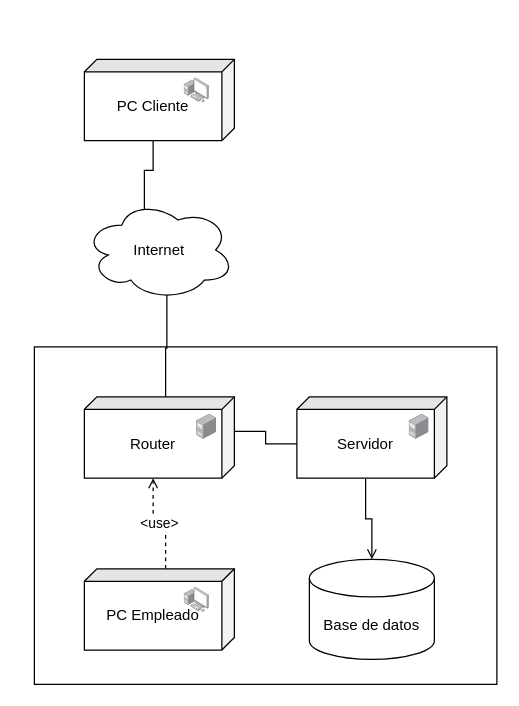
Before: page "Despliegue" (2 of 2) of MapaNavegacion.drawio in MartinSob/tfi-my-news, a draw.io diagram. Source tidied: cells renumbered, new cells numbered last; positions are measured from the earlier drawing's top-left corner, leaving out a move shared by most shapes. Both pictures are drawn from the tidied source at 125%, with x=0, y=0 at pixel (34, 59). Pictures stored in the file or linked from it are replaced by grey dashed boxes.
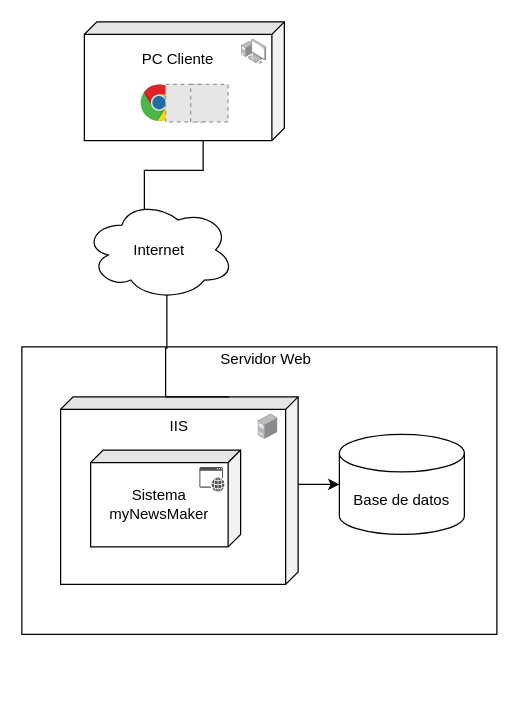
Above is the later version.

Change to the diagram source:
```diff
@@
-    <mxCell id="2" style="shape=table;startSize=0;childLayout=tableLayout;" parent="1" vertex="1">
-      <mxGeometry y="230" width="370" height="270" as="geometry" />
+    <mxCell id="2" style="shape=table;startSize=0;childLayout=tableLayout;spacingTop=-12;" parent="1" vertex="1">
+      <mxGeometry x="-10" y="230" width="380" height="230" as="geometry" />
     </mxCell>
     <mxCell id="3" style="shape=partialRectangle;fillColor=none;top=0;left=0;bottom=0;right=0;" parent="2" vertex="1">
-      <mxGeometry width="370" height="270" as="geometry" />
+      <mxGeometry width="380" height="230" as="geometry" />
     </mxCell>
     <mxCell id="4" style="shape=partialRectangle;html=1;whiteSpace=wrap;overflow=hidden;fillColor=none;top=0;left=0;bottom=0;right=0;" parent="3" vertex="1">
-      <mxGeometry width="370" height="270" as="geometry" />
+      <mxGeometry width="380" height="230" as="geometry" />
     </mxCell>
+    <mxCell id="20" style="edgeStyle=orthogonalEdgeStyle;rounded=0;jettySize=auto;html=1;exitX=0;exitY=0;exitDx=70;exitDy=0;exitPerimeter=0;entryX=0;entryY=0.5;entryDx=0;entryDy=0;entryPerimeter=0;" parent="1" edge="1" source="18" target="16">
+      <mxGeometry relative="1" as="geometry" />
+    </mxCell>
+    <mxCell id="18" style="shape=cube;whiteSpace=wrap;html=1;boundedLbl=1;backgroundOutline=1;darkOpacity=0.05;darkOpacity2=0.1;size=10;direction=south;" parent="1" vertex="1">
+      <mxGeometry x="21" y="270" width="190" height="150" as="geometry" />
+    </mxCell>
@@
-    <mxCell id="6" value="PC Cliente" style="shape=cube;whiteSpace=wrap;html=1;boundedLbl=1;backgroundOutline=1;darkOpacity=0.05;darkOpacity2=0.1;size=10;direction=south;" parent="1" vertex="1">
-      <mxGeometry x="40" width="120" height="65" as="geometry" />
+    <mxCell id="6" value="PC Cliente" style="shape=cube;whiteSpace=wrap;html=1;boundedLbl=1;backgroundOutline=1;darkOpacity=0.05;darkOpacity2=0.1;size=10;direction=south;spacingTop=-45;" parent="1" vertex="1">
+      <mxGeometry x="40" y="-30" width="160" height="95" as="geometry" />
     </mxCell>
     <mxCell id="7" style="html=1;align=center;shadow=0;dashed=0;image;image=img/lib/allied_telesis/computer_and_terminals/Personal_Computer_with_Server.svg;" parent="1" vertex="1">
-      <mxGeometry x="120" y="15" width="20" height="20" as="geometry" />
+      <mxGeometry x="166" y="-16" width="20" height="20" as="geometry" />
     </mxCell>
@@
-    <mxCell id="10" value="&amp;lt;use&amp;gt;" style="edgeStyle=orthogonalEdgeStyle;rounded=0;jettySize=auto;html=1;exitX=0;exitY=0;exitDx=0;exitDy=55;exitPerimeter=0;entryX=0;entryY=0;entryDx=65;entryDy=65;entryPerimeter=0;endArrow=open;endFill=0;dashed=1;" parent="1" edge="1" source="11" target="18">
-      <mxGeometry relative="1" as="geometry" />
-    </mxCell>
-    <mxCell id="11" value="PC Empleado" style="shape=cube;whiteSpace=wrap;html=1;boundedLbl=1;backgroundOutline=1;darkOpacity=0.05;darkOpacity2=0.1;size=10;direction=south;" parent="1" vertex="1">
-      <mxGeometry x="40" y="407.5" width="120" height="65" as="geometry" />
-    </mxCell>
-    <mxCell id="12" style="html=1;align=center;shadow=0;dashed=0;image;image=img/lib/allied_telesis/computer_and_terminals/Personal_Computer_with_Server.svg;" parent="1" vertex="1">
-      <mxGeometry x="120" y="422.5" width="20" height="20" as="geometry" />
-    </mxCell>
-    <mxCell id="13" style="edgeStyle=orthogonalEdgeStyle;rounded=0;jettySize=auto;html=1;exitX=0;exitY=0;exitDx=65;exitDy=65;exitPerimeter=0;entryX=0.5;entryY=0;entryDx=0;entryDy=0;entryPerimeter=0;endArrow=open;endFill=0;" parent="1" edge="1" source="14" target="16">
-      <mxGeometry relative="1" as="geometry" />
-    </mxCell>
-    <mxCell id="14" value="Servidor" style="shape=cube;whiteSpace=wrap;html=1;boundedLbl=1;backgroundOutline=1;darkOpacity=0.05;darkOpacity2=0.1;size=10;direction=south;" parent="1" vertex="1">
-      <mxGeometry x="210" y="270" width="120" height="65" as="geometry" />
+    <mxCell id="14" value="Sistema&lt;br&gt;myNewsMaker" style="shape=cube;whiteSpace=wrap;html=1;boundedLbl=1;backgroundOutline=1;darkOpacity=0.05;darkOpacity2=0.1;size=10;direction=south;" parent="1" vertex="1">
+      <mxGeometry x="45" y="312.5" width="120" height="77.5" as="geometry" />
     </mxCell>
-    <mxCell id="15" style="html=1;align=center;shadow=0;dashed=0;image;image=img/lib/allied_telesis/computer_and_terminals/Server_Desktop.svg;" parent="1" vertex="1">
-      <mxGeometry x="300" y="284" width="15.8" height="20" as="geometry" />
-    </mxCell>
     <mxCell id="16" value="Base de datos" style="shape=cylinder3;whiteSpace=wrap;html=1;boundedLbl=1;backgroundOutline=1;size=15;" parent="1" vertex="1">
-      <mxGeometry x="220" y="400" width="100" height="80" as="geometry" />
+      <mxGeometry x="244" y="300" width="100" height="80" as="geometry" />
     </mxCell>
-    <mxCell id="17" style="edgeStyle=orthogonalEdgeStyle;rounded=0;jettySize=auto;html=1;exitX=0;exitY=0;exitDx=27.5;exitDy=0;exitPerimeter=0;entryX=0;entryY=0;entryDx=37.5;entryDy=120;entryPerimeter=0;endArrow=none;endFill=0;" parent="1" edge="1" source="18" target="14">
-      <mxGeometry relative="1" as="geometry" />
-    </mxCell>
-    <mxCell id="18" value="Router" style="shape=cube;whiteSpace=wrap;html=1;boundedLbl=1;backgroundOutline=1;darkOpacity=0.05;darkOpacity2=0.1;size=10;direction=south;" parent="1" vertex="1">
-      <mxGeometry x="40" y="270" width="120" height="65" as="geometry" />
-    </mxCell>
     <mxCell id="19" style="html=1;align=center;shadow=0;dashed=0;image;image=img/lib/allied_telesis/computer_and_terminals/Server_Desktop.svg;" parent="1" vertex="1">
-      <mxGeometry x="130" y="284" width="15.8" height="20" as="geometry" />
+      <mxGeometry x="179.1" y="284" width="15.8" height="20" as="geometry" />
     </mxCell>
+    <mxCell id="21" style="dashed=0;html=1;align=center;labelPosition=center;verticalLabelPosition=bottom;verticalAlign=top;shape=mxgraph.weblogos.chrome;" parent="1" vertex="1">
+      <mxGeometry x="85" y="20" width="30" height="30" as="geometry" />
+    </mxCell>
+    <mxCell id="22" style="fillColor=#E6E6E6;strokeColor=#999999;dashed=1;html=1;verticalAlign=top;verticalLabelPosition=bottom;labelBackgroundColor=#ffffff;" parent="1" vertex="1">
+      <mxGeometry x="105" y="20" width="30" height="30" as="geometry" />
+    </mxCell>
+    <mxCell id="23" style="fillColor=#E6E6E6;strokeColor=#999999;dashed=1;html=1;verticalAlign=top;verticalLabelPosition=bottom;labelBackgroundColor=#ffffff;" parent="1" vertex="1">
+      <mxGeometry x="125" y="20" width="30" height="30" as="geometry" />
+    </mxCell>
+    <mxCell id="24" value="Servidor Web" style="text;html=1;align=center;verticalAlign=middle;strokeColor=none;" parent="1" vertex="1">
+      <mxGeometry x="140" y="230" width="90" height="20" as="geometry" />
+    </mxCell>
+    <mxCell id="25" style="shadow=0;dashed=0;html=1;strokeColor=none;fillColor=#505050;labelPosition=center;verticalLabelPosition=bottom;verticalAlign=top;align=center;shape=mxgraph.office.concepts.application_web;" parent="1" vertex="1">
+      <mxGeometry x="132" y="326" width="20" height="20" as="geometry" />
+    </mxCell>
+    <mxCell id="26" value="IIS" style="text;html=1;strokeColor=none;fillColor=none;align=center;verticalAlign=middle;whiteSpace=wrap;rounded=0;" parent="1" vertex="1">
+      <mxGeometry x="96" y="284" width="40" height="20" as="geometry" />
+    </mxCell>
```
